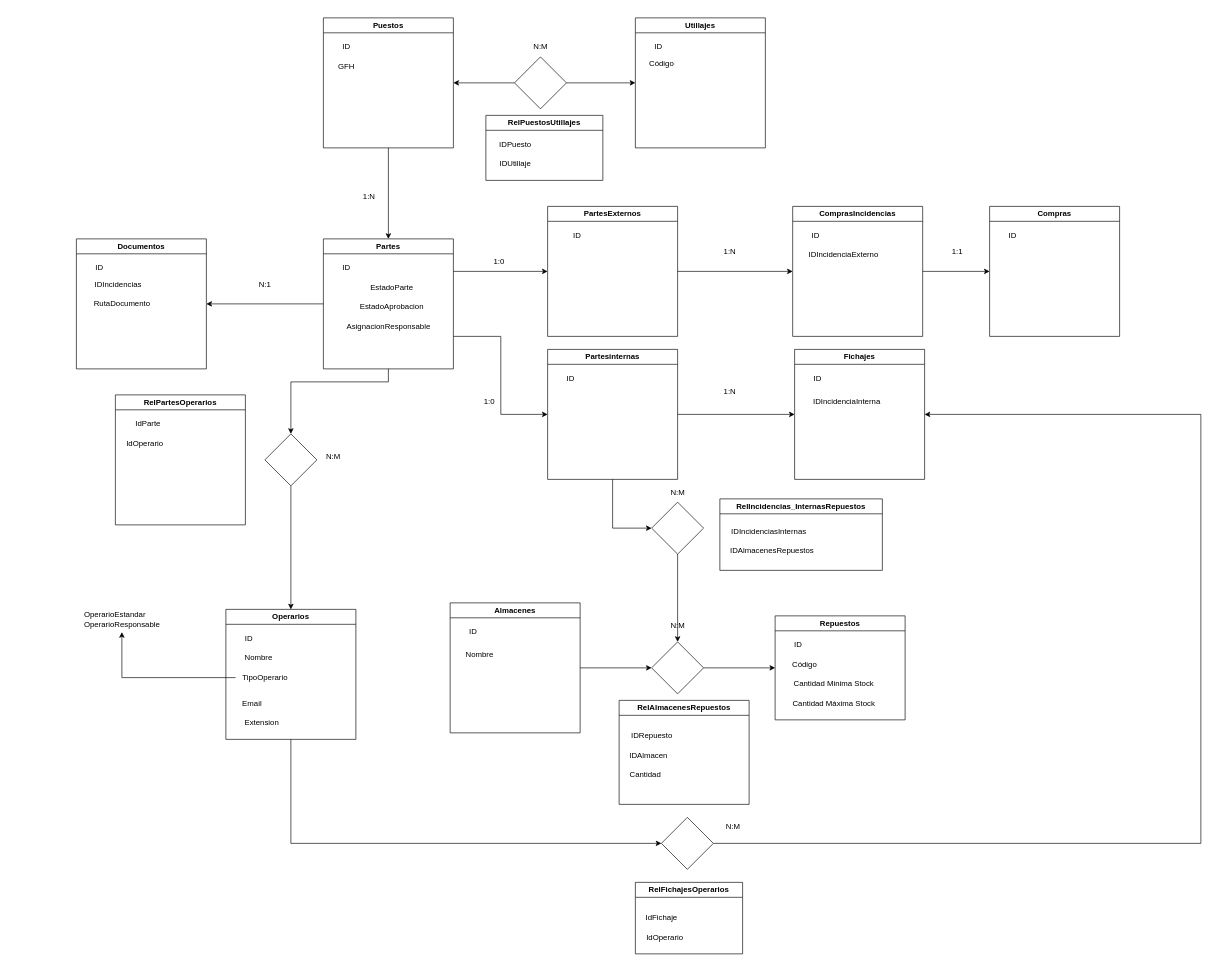
Above: page "Diagrama relacional" (2 of 3) of Diagrams/GMAO.drawio in AkumaDevOps/GMAO (draw.io), before the change. Source tidied: cells renumbered, new cells numbered last; positions are measured from the earlier drawing's top-left corner, leaving out a move shared by most shapes. Both pictures are drawn from the tidied source at 65%, with x=0, y=0 at pixel (76, 18).
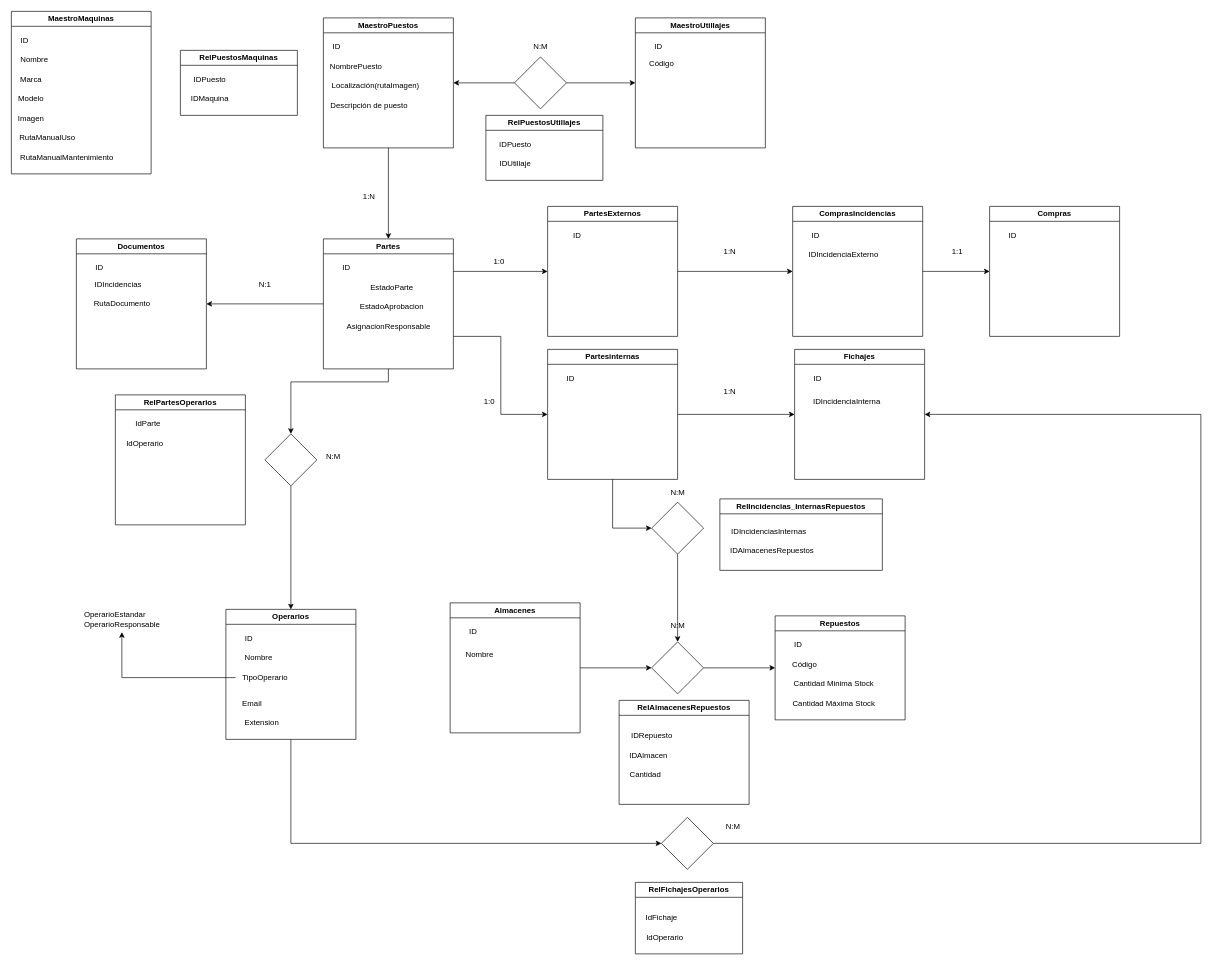
The same diagram, later.

Change to the diagram source:
```diff
@@
-    <mxCell id="3" value="Puestos" style="swimlane;whiteSpace=wrap;html=1;startSize=23;" parent="1" vertex="1">
+    <mxCell id="3" value="MaestroPuestos" style="swimlane;whiteSpace=wrap;html=1;startSize=23;" parent="1" vertex="1">
       <mxGeometry x="380" width="200" height="200" as="geometry" />
     </mxCell>
-    <mxCell id="4" value="GFH" style="text;html=1;align=center;verticalAlign=middle;strokeColor=none;fillColor=none;" parent="3" vertex="1">
-      <mxGeometry x="10" y="60" width="50" height="30" as="geometry" />
+    <mxCell id="4" value="NombrePuesto" style="text;html=1;align=center;verticalAlign=middle;strokeColor=none;fillColor=none;" parent="3" vertex="1">
+      <mxGeometry y="60" width="100" height="30" as="geometry" />
     </mxCell>
     <mxCell id="5" value="ID" style="text;html=1;align=center;verticalAlign=middle;strokeColor=none;fillColor=none;" parent="3" vertex="1">
-      <mxGeometry x="15" y="30" width="40" height="30" as="geometry" />
+      <mxGeometry y="30" width="40" height="30" as="geometry" />
     </mxCell>
+    <mxCell id="95" value="Localización(rutaImagen)" style="text;html=1;align=center;verticalAlign=middle;strokeColor=none;fillColor=none;" parent="3" vertex="1">
+      <mxGeometry y="90" width="160" height="30" as="geometry" />
+    </mxCell>
+    <mxCell id="96" value="Descripción de puesto" style="text;html=1;align=center;verticalAlign=middle;strokeColor=none;fillColor=none;" parent="3" vertex="1">
+      <mxGeometry y="120" width="140" height="30" as="geometry" />
+    </mxCell>
@@
-    <mxCell id="19" value="Utillajes" style="swimlane;whiteSpace=wrap;html=1;startSize=23;" parent="1" vertex="1">
+    <mxCell id="19" value="MaestroUtillajes" style="swimlane;whiteSpace=wrap;html=1;startSize=23;" parent="1" vertex="1">
       <mxGeometry x="860" width="200" height="200" as="geometry" />
     </mxCell>
@@
+    <mxCell id="97" value="MaestroMaquinas" style="swimlane;whiteSpace=wrap;html=1;startSize=23;" parent="1" vertex="1">
+      <mxGeometry x="-100" y="-10" width="215" height="250" as="geometry" />
+    </mxCell>
+    <mxCell id="98" value="Nombre" style="text;html=1;align=center;verticalAlign=middle;strokeColor=none;fillColor=none;" parent="97" vertex="1">
+      <mxGeometry y="60" width="70" height="30" as="geometry" />
+    </mxCell>
+    <mxCell id="99" value="ID" style="text;html=1;align=center;verticalAlign=middle;strokeColor=none;fillColor=none;" parent="97" vertex="1">
+      <mxGeometry y="30" width="40" height="30" as="geometry" />
+    </mxCell>
+    <mxCell id="100" value="Marca" style="text;html=1;align=center;verticalAlign=middle;strokeColor=none;fillColor=none;" parent="97" vertex="1">
+      <mxGeometry y="90" width="60" height="30" as="geometry" />
+    </mxCell>
+    <mxCell id="101" value="Modelo" style="text;html=1;align=center;verticalAlign=middle;strokeColor=none;fillColor=none;" parent="97" vertex="1">
+      <mxGeometry y="120" width="60" height="30" as="geometry" />
+    </mxCell>
+    <mxCell id="102" value="Imagen" style="text;html=1;align=center;verticalAlign=middle;strokeColor=none;fillColor=none;" parent="97" vertex="1">
+      <mxGeometry y="150" width="60" height="30" as="geometry" />
+    </mxCell>
+    <mxCell id="103" value="RutaManualUso" style="text;html=1;align=center;verticalAlign=middle;strokeColor=none;fillColor=none;" parent="97" vertex="1">
+      <mxGeometry y="180" width="110" height="30" as="geometry" />
+    </mxCell>
+    <mxCell id="104" value="RutaManualMantenimiento" style="text;html=1;align=center;verticalAlign=middle;strokeColor=none;fillColor=none;" parent="97" vertex="1">
+      <mxGeometry y="210" width="170" height="30" as="geometry" />
+    </mxCell>
+    <mxCell id="105" value="RelPuestosMaquinas" style="swimlane;whiteSpace=wrap;html=1;" parent="1" vertex="1">
+      <mxGeometry x="160" y="50" width="180" height="100" as="geometry" />
+    </mxCell>
+    <mxCell id="106" value="IDPuesto" style="text;html=1;align=center;verticalAlign=middle;strokeColor=none;fillColor=none;" parent="105" vertex="1">
+      <mxGeometry x="10" y="30" width="70" height="30" as="geometry" />
+    </mxCell>
+    <mxCell id="107" value="IDMaquina" style="text;html=1;align=center;verticalAlign=middle;strokeColor=none;fillColor=none;" parent="105" vertex="1">
+      <mxGeometry x="5" y="60" width="80" height="30" as="geometry" />
+    </mxCell>
```
